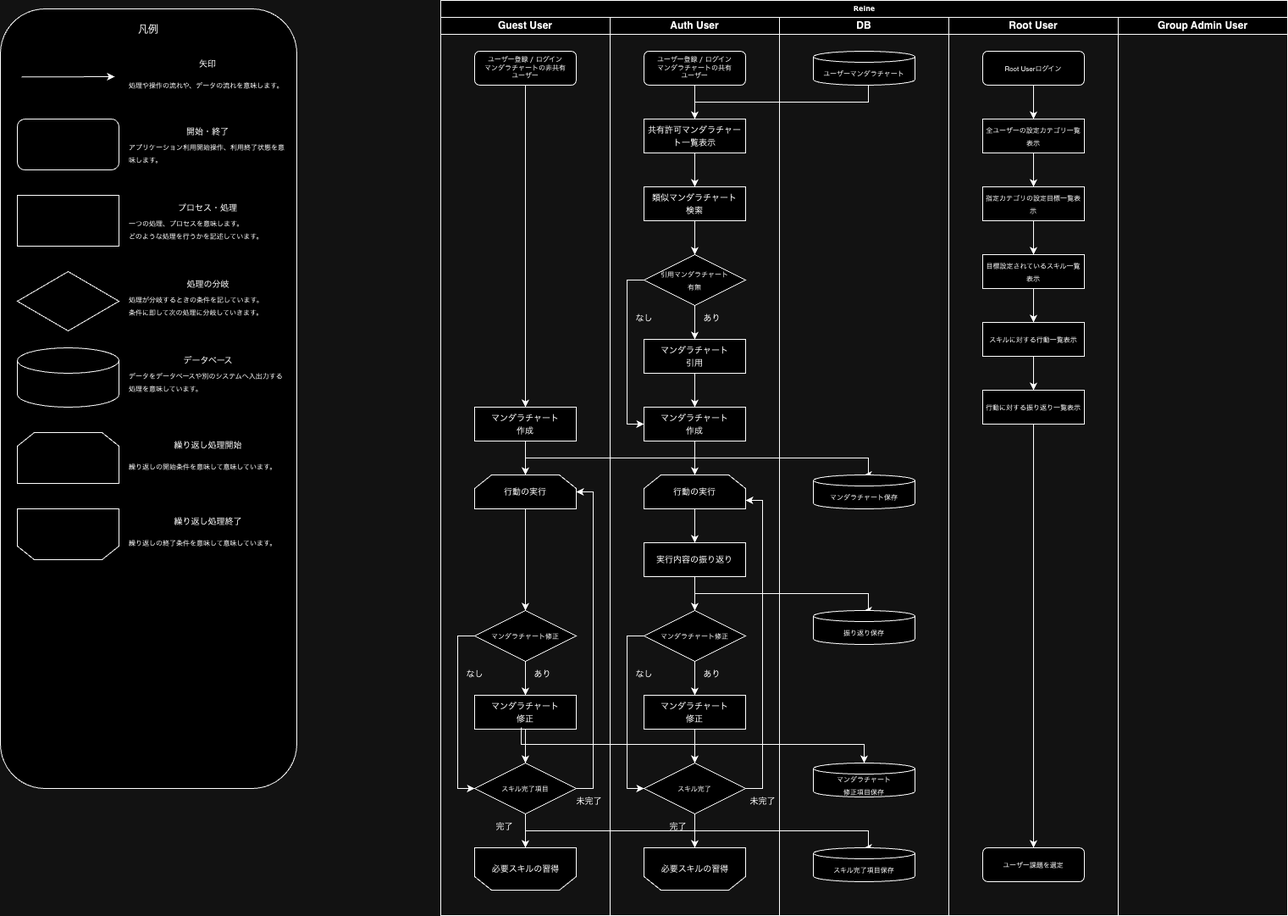
Above: documents/design/WORK_FLOW.drawio.png in y3kh6s03/Reane (draw.io), before the change. Source tidied: cells renumbered, new cells last; positions are measured from the earlier drawing's top-left corner, leaving out a move shared by most shapes.
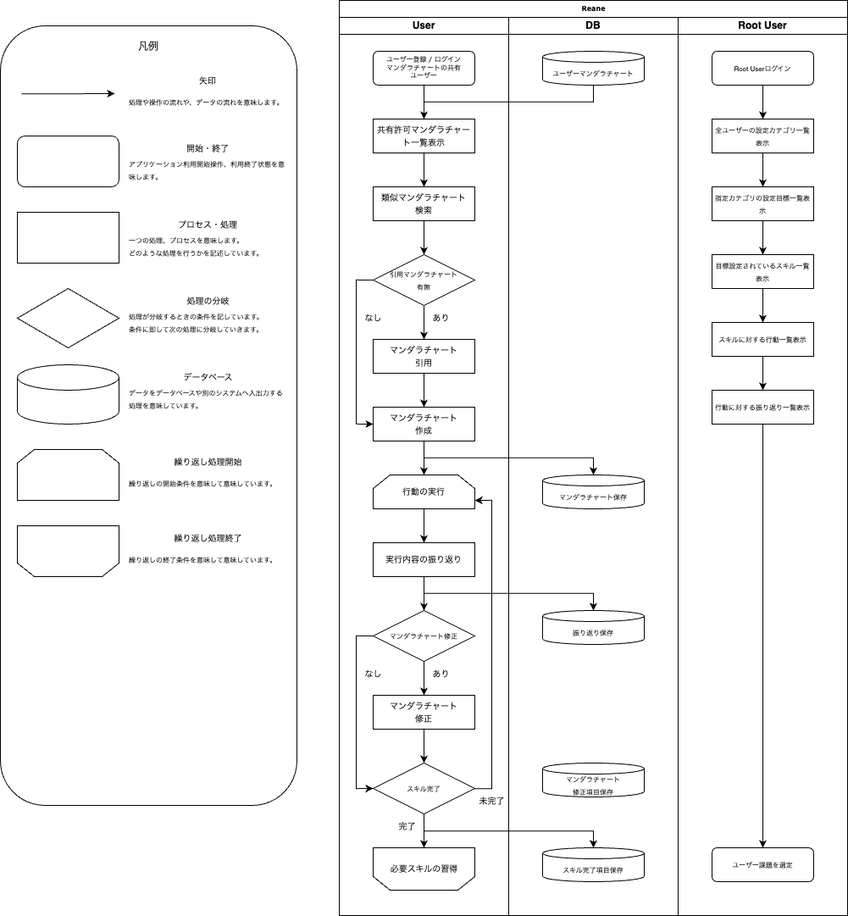
The same diagram one commit later.

The edit, as a diff of the source:
```diff
@@ -5,84 +5,11 @@
     <mxCell id="2" style="rounded=1;whiteSpace=wrap;html=1;" parent="1" vertex="1">
       <mxGeometry y="10" width="350" height="920" as="geometry" />
     </mxCell>
-    <mxCell id="3" value="Reine" style="swimlane;html=1;startSize=20;rounded=0;shadow=0;labelBackgroundColor=none;strokeWidth=1;fontFamily=Verdana;fontSize=8;align=center;" parent="1" vertex="1">
-      <mxGeometry x="520" width="1000" height="1080" as="geometry" />
+    <mxCell id="3" value="Reane" style="swimlane;html=1;startSize=20;rounded=0;shadow=0;labelBackgroundColor=none;strokeWidth=1;fontFamily=Verdana;fontSize=8;align=center;" parent="1" vertex="1">
+      <mxGeometry x="400" y="-20" width="600" height="1080" as="geometry" />
     </mxCell>
-    <mxCell id="4" value="Guest User" style="swimlane;whiteSpace=wrap;html=1;startSize=20;" parent="3" vertex="1">
-      <mxGeometry y="20" width="200" height="1060" as="geometry" />
-    </mxCell>
-    <mxCell id="5" style="shape=loopLimit;whiteSpace=wrap;html=1;rotation=-180;" parent="4" vertex="1">
-      <mxGeometry x="40" y="980" width="120" height="50" as="geometry" />
-    </mxCell>
-    <mxCell id="6" style="edgeStyle=orthogonalEdgeStyle;rounded=0;jettySize=auto;html=1;" parent="4" edge="1" source="7" target="9">
-      <mxGeometry relative="1" as="geometry" />
-    </mxCell>
-    <mxCell id="7" value="ユーザー登録 / ログイン&lt;div&gt;マンダラチャートの非共有&lt;/div&gt;&lt;div&gt;ユーザー&lt;/div&gt;" style="rounded=1;whiteSpace=wrap;html=1;shadow=0;labelBackgroundColor=none;strokeWidth=1;fontFamily=Verdana;fontSize=8;align=center;" parent="4" vertex="1">
-      <mxGeometry x="40" y="40" width="120" height="40" as="geometry" />
-    </mxCell>
-    <mxCell id="8" style="edgeStyle=orthogonalEdgeStyle;rounded=0;jettySize=auto;html=1;entryX=0.5;entryY=0;entryDx=0;entryDy=0;" parent="4" edge="1" source="9" target="11">
-      <mxGeometry relative="1" as="geometry" />
-    </mxCell>
-    <mxCell id="9" value="&lt;span style=&quot;font-size: 10px;&quot;&gt;マンダラチャート&lt;/span&gt;&lt;div&gt;&lt;span style=&quot;font-size: 10px;&quot;&gt;作成&lt;/span&gt;&lt;/div&gt;" style="rounded=0;whiteSpace=wrap;html=1;" parent="4" vertex="1">
-      <mxGeometry x="40" y="460" width="120" height="40" as="geometry" />
-    </mxCell>
-    <mxCell id="10" style="edgeStyle=orthogonalEdgeStyle;rounded=0;jettySize=auto;html=1;entryX=0.5;entryY=0;entryDx=0;entryDy=0;" parent="4" edge="1" source="11" target="14">
-      <mxGeometry relative="1" as="geometry" />
-    </mxCell>
-    <mxCell id="11" value="&lt;span style=&quot;font-size: 10px;&quot;&gt;行動の実行&lt;/span&gt;" style="shape=loopLimit;whiteSpace=wrap;html=1;" parent="4" vertex="1">
-      <mxGeometry x="40" y="540" width="120" height="40" as="geometry" />
-    </mxCell>
-    <mxCell id="12" style="edgeStyle=orthogonalEdgeStyle;rounded=0;jettySize=auto;html=1;entryX=0;entryY=0.5;entryDx=0;entryDy=0;" parent="4" edge="1" source="14" target="19">
-      <mxGeometry relative="1" as="geometry">
-        <Array as="points">
-          <mxPoint x="20" y="730" />
-          <mxPoint x="20" y="910" />
-        </Array>
-      </mxGeometry>
-    </mxCell>
-    <mxCell id="13" style="edgeStyle=orthogonalEdgeStyle;rounded=0;jettySize=auto;html=1;" parent="4" edge="1" source="14" target="16">
-      <mxGeometry relative="1" as="geometry" />
-    </mxCell>
-    <mxCell id="14" value="&lt;span style=&quot;font-size: 8px;&quot;&gt;マンダラチャート修正&lt;/span&gt;" style="rhombus;whiteSpace=wrap;html=1;" parent="4" vertex="1">
-      <mxGeometry x="40" y="700" width="120" height="60" as="geometry" />
-    </mxCell>
-    <mxCell id="15" style="edgeStyle=orthogonalEdgeStyle;rounded=0;jettySize=auto;html=1;entryX=0.5;entryY=0;entryDx=0;entryDy=0;" parent="4" edge="1" source="16" target="19">
-      <mxGeometry relative="1" as="geometry" />
-    </mxCell>
-    <mxCell id="16" value="&lt;span style=&quot;font-size: 10px;&quot;&gt;マンダラチャート&lt;/span&gt;&lt;div&gt;&lt;span style=&quot;font-size: 10px;&quot;&gt;修正&lt;/span&gt;&lt;/div&gt;" style="rounded=0;whiteSpace=wrap;html=1;" parent="4" vertex="1">
-      <mxGeometry x="40" y="800" width="120" height="40" as="geometry" />
-    </mxCell>
-    <mxCell id="17" style="edgeStyle=orthogonalEdgeStyle;rounded=0;jettySize=auto;html=1;entryX=0.5;entryY=1;entryDx=0;entryDy=0;" parent="4" edge="1" source="19" target="5">
-      <mxGeometry relative="1" as="geometry" />
-    </mxCell>
-    <mxCell id="18" style="edgeStyle=orthogonalEdgeStyle;rounded=0;jettySize=auto;html=1;entryX=1;entryY=0.5;entryDx=0;entryDy=0;" parent="4" edge="1" source="19" target="11">
-      <mxGeometry relative="1" as="geometry">
-        <Array as="points">
-          <mxPoint x="180" y="910" />
-          <mxPoint x="180" y="560" />
-        </Array>
-      </mxGeometry>
-    </mxCell>
-    <mxCell id="19" value="&lt;span style=&quot;font-size: 8px;&quot;&gt;スキル完了項目&lt;/span&gt;" style="rhombus;whiteSpace=wrap;html=1;" parent="4" vertex="1">
-      <mxGeometry x="40" y="880" width="120" height="60" as="geometry" />
-    </mxCell>
-    <mxCell id="20" value="&lt;font style=&quot;font-size: 10px;&quot;&gt;必要スキルの習得&lt;/font&gt;" style="text;html=1;align=center;verticalAlign=middle;strokeColor=none;fillColor=none;" parent="4" vertex="1">
-      <mxGeometry x="50" y="990" width="100" height="30" as="geometry" />
-    </mxCell>
-    <mxCell id="21" value="&lt;font style=&quot;font-size: 10px;&quot;&gt;なし&lt;/font&gt;" style="text;html=1;align=center;verticalAlign=middle;strokeColor=none;fillColor=none;" parent="4" vertex="1">
-      <mxGeometry x="20" y="760" width="40" height="30" as="geometry" />
-    </mxCell>
-    <mxCell id="22" value="&lt;font style=&quot;font-size: 10px;&quot;&gt;あり&lt;/font&gt;" style="text;html=1;align=center;verticalAlign=middle;strokeColor=none;fillColor=none;" parent="4" vertex="1">
-      <mxGeometry x="100" y="760" width="40" height="30" as="geometry" />
-    </mxCell>
-    <mxCell id="23" value="&lt;font style=&quot;font-size: 10px;&quot;&gt;未完了&lt;/font&gt;" style="text;html=1;align=center;verticalAlign=middle;strokeColor=none;fillColor=none;" parent="4" vertex="1">
-      <mxGeometry x="150" y="910" width="50" height="30" as="geometry" />
-    </mxCell>
-    <mxCell id="24" value="&lt;font style=&quot;font-size: 10px;&quot;&gt;完了&lt;/font&gt;" style="text;html=1;align=center;verticalAlign=middle;strokeColor=none;fillColor=none;" parent="4" vertex="1">
-      <mxGeometry x="55" y="940" width="40" height="30" as="geometry" />
-    </mxCell>
-    <mxCell id="25" value="Auth User" style="swimlane;whiteSpace=wrap;html=1;startSize=20;" parent="3" vertex="1">
-      <mxGeometry x="200" y="20" width="200" height="1060" as="geometry" />
+    <mxCell id="25" value="&lt;div&gt;&lt;span style=&quot;background-color: initial;&quot;&gt;User&lt;/span&gt;&lt;br&gt;&lt;/div&gt;" style="swimlane;whiteSpace=wrap;html=1;startSize=20;" parent="3" vertex="1">
+      <mxGeometry y="20" width="200" height="1060" as="geometry" />
     </mxCell>
     <mxCell id="26" style="edgeStyle=orthogonalEdgeStyle;rounded=0;jettySize=auto;html=1;" parent="25" edge="1" source="27" target="29">
       <mxGeometry relative="1" as="geometry" />
@@ -193,19 +120,20 @@
     <mxCell id="58" value="&lt;font style=&quot;font-size: 10px;&quot;&gt;未完了&lt;/font&gt;" style="text;html=1;align=center;verticalAlign=middle;strokeColor=none;fillColor=none;" parent="25" vertex="1">
       <mxGeometry x="155" y="910" width="50" height="30" as="geometry" />
     </mxCell>
-    <mxCell id="59" style="edgeStyle=orthogonalEdgeStyle;rounded=0;jettySize=auto;html=1;entryX=0.5;entryY=0;entryDx=0;entryDy=0;entryPerimeter=0;" parent="3" edge="1" source="9" target="64">
+    <mxCell id="59" style="edgeStyle=orthogonalEdgeStyle;rounded=0;jettySize=auto;html=1;entryX=0.5;entryY=0;entryDx=0;entryDy=0;entryPerimeter=0;" parent="3" edge="1" target="64">
       <mxGeometry relative="1" as="geometry">
+        <mxPoint x="100" y="520" as="sourcePoint" />
         <Array as="points">
           <mxPoint x="100" y="540" />
-          <mxPoint x="505" y="540" />
+          <mxPoint x="300" y="540" />
         </Array>
       </mxGeometry>
     </mxCell>
     <mxCell id="60" style="edgeStyle=orthogonalEdgeStyle;rounded=0;jettySize=auto;html=1;" parent="3" edge="1" source="66" target="29">
       <mxGeometry relative="1" as="geometry">
         <Array as="points">
-          <mxPoint x="505" y="120" />
           <mxPoint x="300" y="120" />
+          <mxPoint x="100" y="120" />
         </Array>
       </mxGeometry>
     </mxCell>
@@ -217,16 +145,17 @@
         </Array>
       </mxGeometry>
     </mxCell>
-    <mxCell id="62" style="edgeStyle=orthogonalEdgeStyle;rounded=0;jettySize=auto;html=1;entryX=0.5;entryY=0;entryDx=0;entryDy=0;entryPerimeter=0;" parent="3" edge="1" source="19" target="68">
+    <mxCell id="62" style="edgeStyle=orthogonalEdgeStyle;rounded=0;jettySize=auto;html=1;entryX=0.5;entryY=0;entryDx=0;entryDy=0;entryPerimeter=0;" parent="3" edge="1" target="68">
       <mxGeometry relative="1" as="geometry">
+        <mxPoint x="100" y="960" as="sourcePoint" />
         <Array as="points">
           <mxPoint x="100" y="980" />
-          <mxPoint x="505" y="980" />
+          <mxPoint x="300" y="980" />
         </Array>
       </mxGeometry>
     </mxCell>
     <mxCell id="63" value="DB" style="swimlane;whiteSpace=wrap;html=1;startSize=20;" parent="3" vertex="1">
-      <mxGeometry x="400" y="20" width="200" height="1060" as="geometry" />
+      <mxGeometry x="200" y="20" width="200" height="1060" as="geometry" />
     </mxCell>
     <mxCell id="64" value="&lt;span style=&quot;font-size: 8px;&quot;&gt;マンダラチャート保存&lt;/span&gt;" style="shape=cylinder3;whiteSpace=wrap;html=1;boundedLbl=1;backgroundOutline=1;size=6.5;" parent="63" vertex="1">
       <mxGeometry x="40" y="540" width="120" height="40" as="geometry" />
@@ -243,17 +172,8 @@
     <mxCell id="68" value="&lt;font style=&quot;font-size: 8px;&quot;&gt;スキル完了項目保存&lt;/font&gt;&lt;div&gt;&lt;/div&gt;" style="shape=cylinder3;whiteSpace=wrap;html=1;boundedLbl=1;backgroundOutline=1;size=6.5;" parent="63" vertex="1">
       <mxGeometry x="40" y="980" width="120" height="40" as="geometry" />
     </mxCell>
-    <mxCell id="69" style="edgeStyle=orthogonalEdgeStyle;rounded=0;jettySize=auto;html=1;entryX=0.5;entryY=0;entryDx=0;entryDy=0;entryPerimeter=0;" parent="63" edge="1" target="67">
-      <mxGeometry relative="1" as="geometry">
-        <mxPoint x="-305" y="838" as="sourcePoint" />
-        <Array as="points">
-          <mxPoint x="-305" y="858" />
-          <mxPoint x="100" y="858" />
-        </Array>
-      </mxGeometry>
-    </mxCell>
     <mxCell id="70" value="Root User" style="swimlane;whiteSpace=wrap;html=1;startSize=20;" parent="3" vertex="1">
-      <mxGeometry x="600" y="20" width="200" height="1060" as="geometry" />
+      <mxGeometry x="400" y="20" width="200" height="1060" as="geometry" />
     </mxCell>
     <mxCell id="71" style="edgeStyle=orthogonalEdgeStyle;rounded=0;jettySize=auto;html=1;entryX=0.5;entryY=0;entryDx=0;entryDy=0;" parent="70" edge="1" source="72" target="74">
       <mxGeometry relative="1" as="geometry" />
@@ -294,9 +214,6 @@
     <mxCell id="83" value="&lt;span style=&quot;font-size: 8px;&quot;&gt;ユーザー課題を選定&lt;/span&gt;" style="rounded=1;whiteSpace=wrap;html=1;" parent="70" vertex="1">
       <mxGeometry x="40" y="980" width="120" height="40" as="geometry" />
     </mxCell>
-    <mxCell id="84" value="Group Admin User" style="swimlane;whiteSpace=wrap;html=1;startSize=20;" parent="3" vertex="1">
-      <mxGeometry x="800" y="20" width="200" height="1060" as="geometry" />
-    </mxCell>
     <mxCell id="85" value="凡例" style="text;html=1;align=center;verticalAlign=middle;whiteSpace=wrap;rounded=0;" parent="1" vertex="1">
       <mxGeometry x="145" y="20" width="60" height="30" as="geometry" />
     </mxCell>
```
